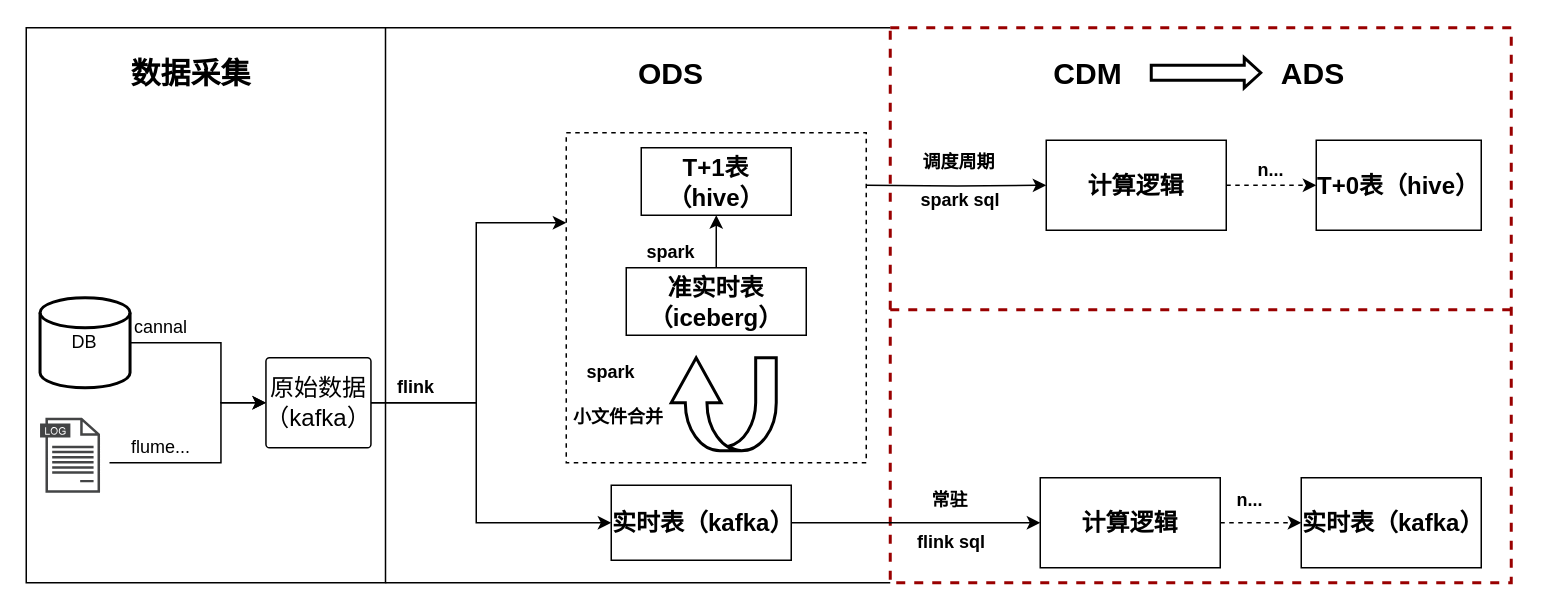
This is mt流批一体.drawio from mineminemine123/work-wiki, a draw.io file, before an edit. Source tidied: cells renumbered, new cells numbered last; positions are measured from the earlier drawing's top-left corner, leaving out a move shared by most shapes. Both pictures are drawn from the tidied source at 150%, with x=0, y=0 at pixel (26, 27).
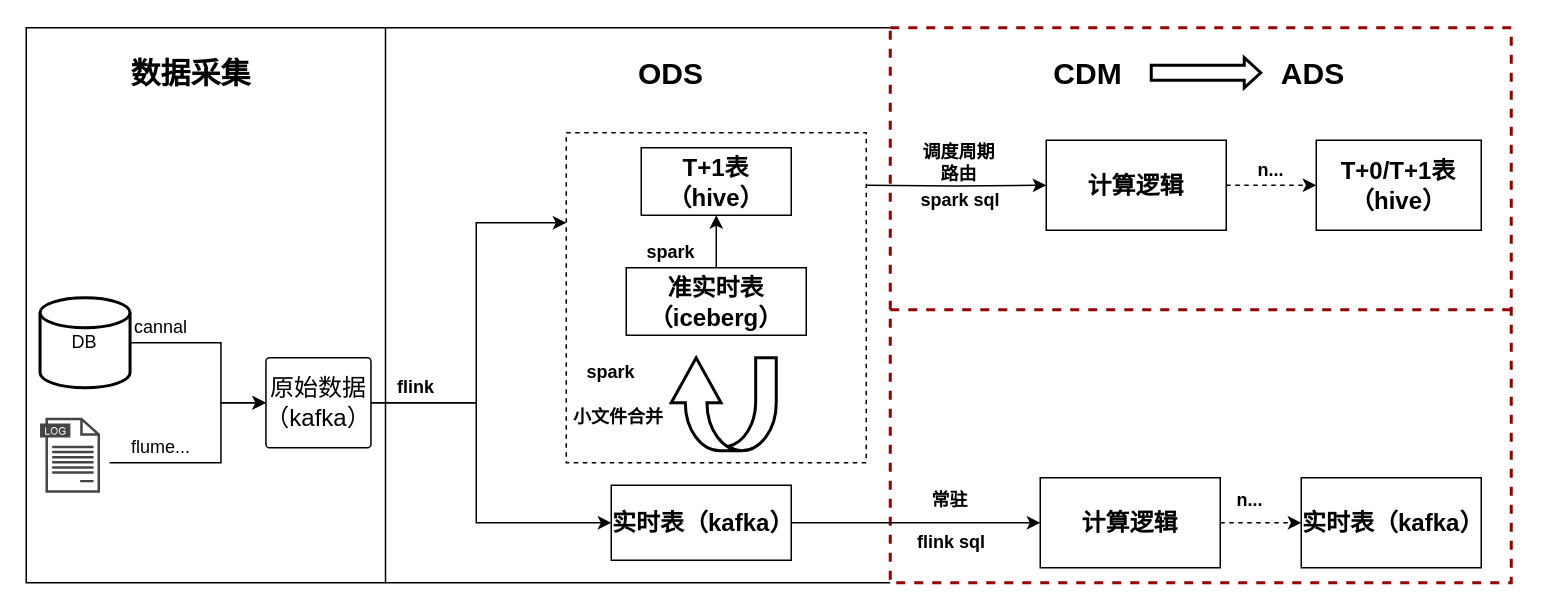
The same diagram, later.

Commit message:
更新mt流批一体.drawio

Diff of the diagram source:
```diff
@@
-    <mxCell id="16" value="&lt;b&gt;调度周期&lt;/b&gt;" style="text;html=1;strokeColor=none;fillColor=none;align=center;verticalAlign=middle;whiteSpace=wrap;rounded=0;fontFamily=微软雅黑;" parent="1" vertex="1">
+    <mxCell id="16" value="&lt;b&gt;调度周期&lt;br&gt;路由&lt;br&gt;&lt;/b&gt;" style="text;html=1;strokeColor=none;fillColor=none;align=center;verticalAlign=middle;whiteSpace=wrap;rounded=0;fontFamily=微软雅黑;" parent="1" vertex="1">
       <mxGeometry x="592" y="80" width="60" height="20" as="geometry" />
     </mxCell>
@@
-    <mxCell id="23" value="&lt;font style=&quot;font-size: 16px;&quot;&gt;T+0表（hive）&lt;/font&gt;" style="rounded=0;whiteSpace=wrap;html=1;fontStyle=1;fontFamily=微软雅黑;" parent="1" vertex="1">
+    <mxCell id="23" value="&lt;font style=&quot;font-size: 16px;&quot;&gt;T+0/T+1表（hive）&lt;/font&gt;" style="rounded=0;whiteSpace=wrap;html=1;fontStyle=1;fontFamily=微软雅黑;" parent="1" vertex="1">
       <mxGeometry x="860" y="75" width="110" height="60" as="geometry" />
     </mxCell>
```
